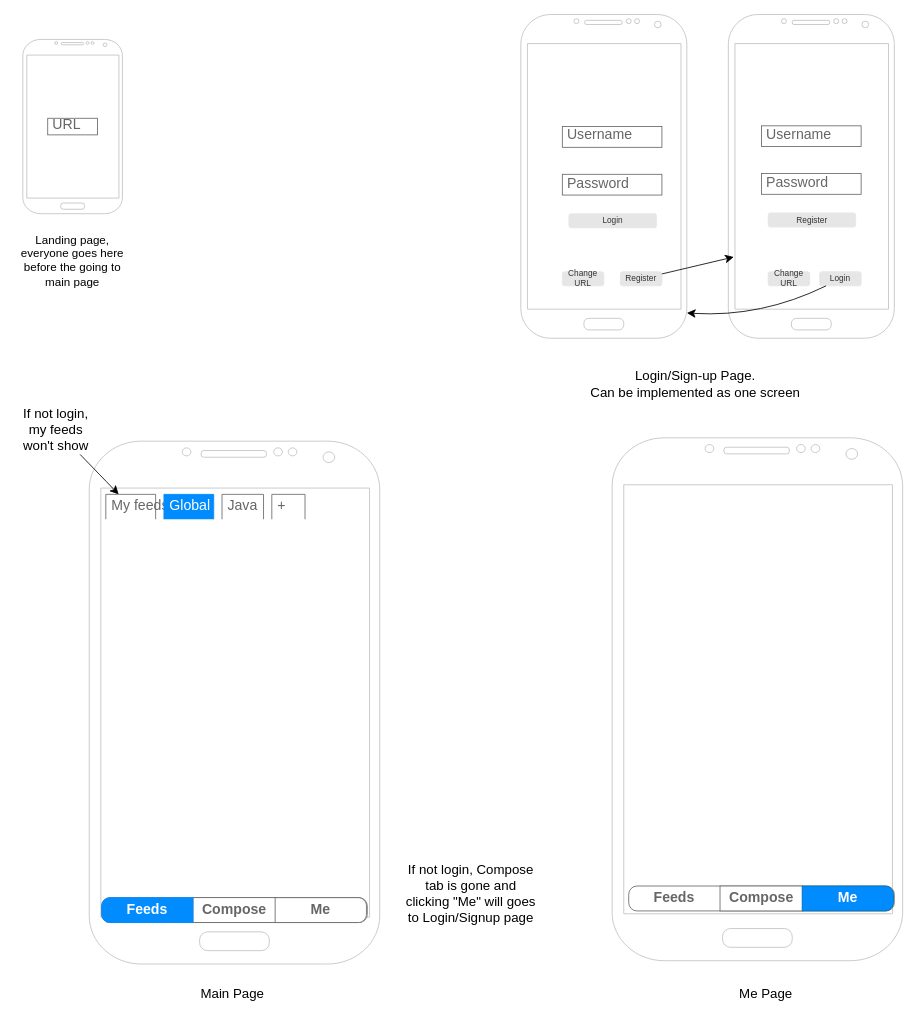
Earlier version of the draw.io diagram page "GUI" (4 of 4) of doc/diagrams.drawio (CXwudi/realworld-compose-http4k-example-app-old). Source tidied: cells renumbered, new cells numbered last; positions are measured from the earlier drawing's top-left corner, leaving out a move shared by most shapes. Both pictures are drawn from the tidied source at 83%, with x=0, y=0 at pixel (14, 14).
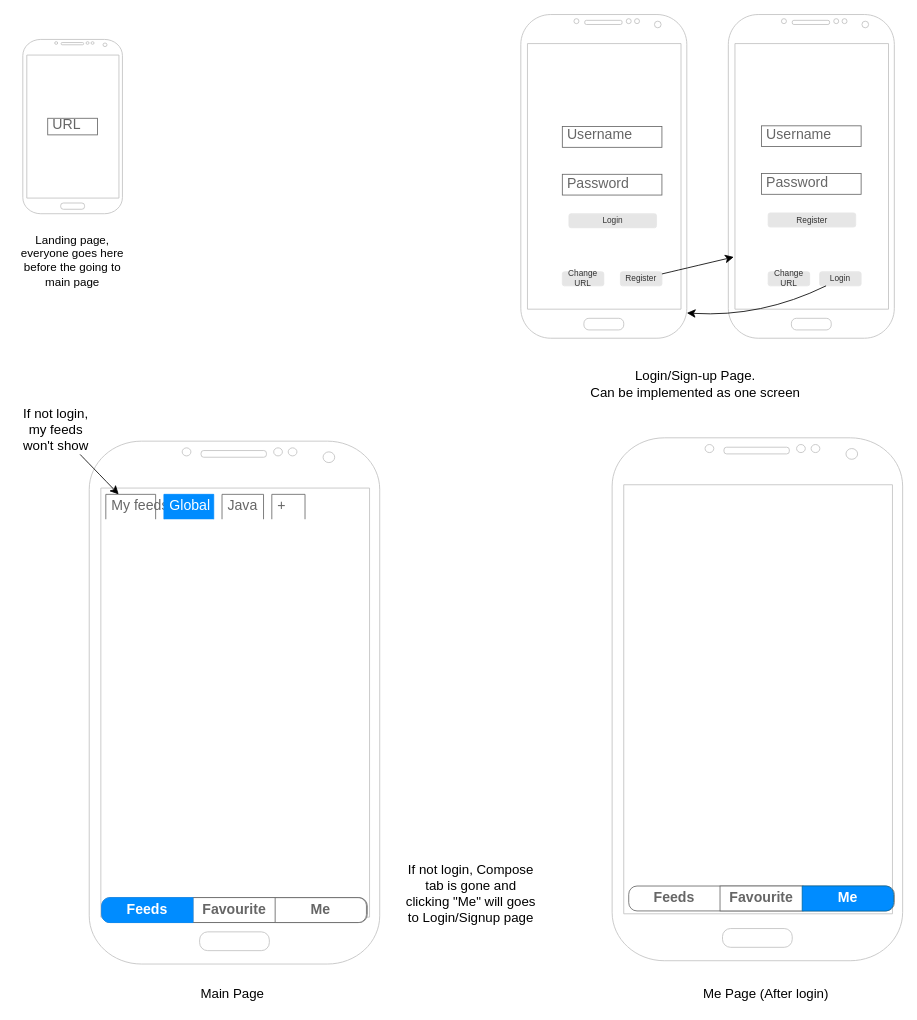
The same diagram, later.

The change refers to these unchanged cells:
```xml
<mxCell id="26" style="strokeWidth=1;shadow=0;dashed=0;align=center;html=1;shape=mxgraph.mockup.rrect;rSize=10;fillColor=#ffffff;strokeColor=#666666;" parent="1" vertex="1">
  <mxGeometry x="105" y="1064" width="320" height="30" as="geometry" />
</mxCell>
<mxCell id="36" style="strokeWidth=1;shadow=0;dashed=0;align=center;html=1;shape=mxgraph.mockup.rrect;rSize=10;fillColor=#ffffff;strokeColor=#666666;" parent="1" vertex="1">
  <mxGeometry x="740" y="1050" width="320" height="30" as="geometry" />
</mxCell>
```

Diff of the diagram source:
```diff
@@
-    <mxCell id="27" value="Compose" style="strokeColor=inherit;fillColor=inherit;gradientColor=inherit;strokeWidth=1;shadow=0;dashed=0;align=center;html=1;shape=mxgraph.mockup.rrect;rSize=0;fontSize=17;fontColor=#666666;fontStyle=1;whiteSpace=wrap;" parent="26" vertex="1">
+    <mxCell id="27" value="Favourite" style="strokeColor=inherit;fillColor=inherit;gradientColor=inherit;strokeWidth=1;shadow=0;dashed=0;align=center;html=1;shape=mxgraph.mockup.rrect;rSize=0;fontSize=17;fontColor=#666666;fontStyle=1;whiteSpace=wrap;" parent="26" vertex="1">
       <mxGeometry width="100" height="30" relative="1" as="geometry">
         <mxPoint x="110" as="offset" />
       </mxGeometry>
     </mxCell>
@@
-    <mxCell id="35" value="Me Page" style="text;html=1;align=center;verticalAlign=middle;strokeColor=none;fillColor=none;fontSize=16;" parent="1" vertex="1">
-      <mxGeometry x="860" y="1164" width="90" height="30" as="geometry" />
+    <mxCell id="35" value="Me Page (After login)" style="text;html=1;align=center;verticalAlign=middle;strokeColor=none;fillColor=none;fontSize=16;" parent="1" vertex="1">
+      <mxGeometry x="820" y="1164" width="170" height="30" as="geometry" />
     </mxCell>
@@
-    <mxCell id="37" value="Compose" style="strokeColor=inherit;fillColor=inherit;gradientColor=inherit;strokeWidth=1;shadow=0;dashed=0;align=center;html=1;shape=mxgraph.mockup.rrect;rSize=0;fontSize=17;fontColor=#666666;fontStyle=1;whiteSpace=wrap;" parent="36" vertex="1">
+    <mxCell id="37" value="Favourite" style="strokeColor=inherit;fillColor=inherit;gradientColor=inherit;strokeWidth=1;shadow=0;dashed=0;align=center;html=1;shape=mxgraph.mockup.rrect;rSize=0;fontSize=17;fontColor=#666666;fontStyle=1;whiteSpace=wrap;" parent="36" vertex="1">
       <mxGeometry width="100" height="30" relative="1" as="geometry">
         <mxPoint x="110" as="offset" />
       </mxGeometry>
     </mxCell>
```
